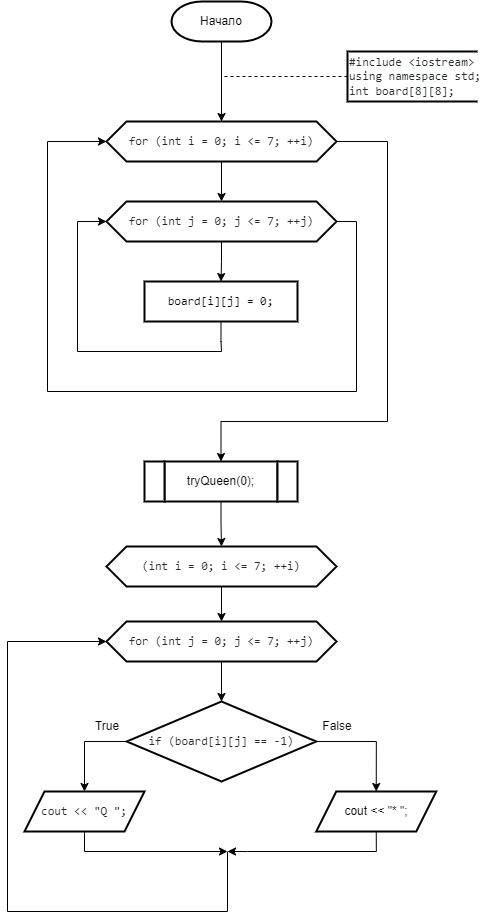
This is 2 Семестр/Labs/1 Лаба(8 ферзей)/8 ферзей.png from IlyaFedoseev227/LABS-PNRPU-IVT-22-1b, a draw.io export, as it was before one commit. Source tidied: cells renumbered, new cells last; positions are measured from the earlier drawing's top-left corner, leaving out a move shared by most shapes.
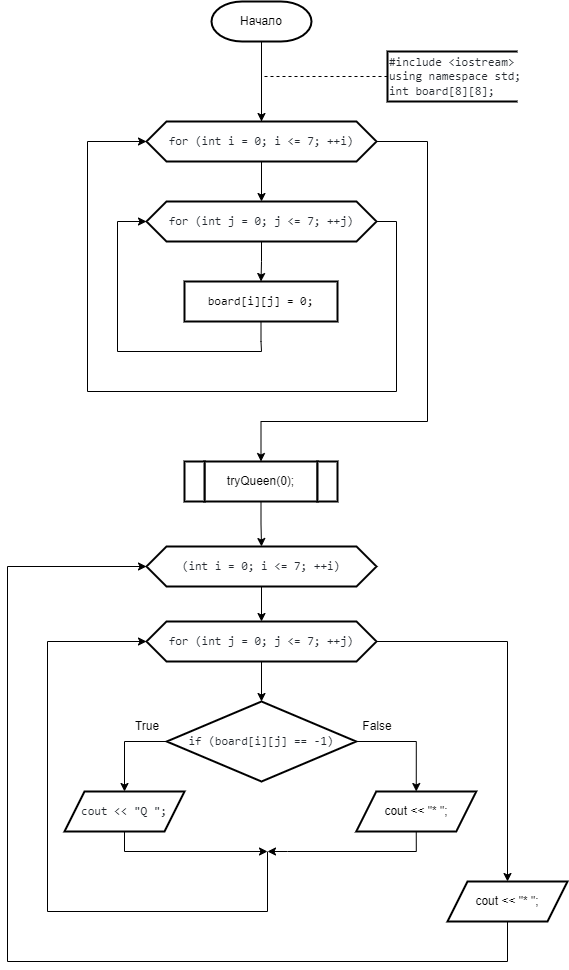
Above is the later version.

The edit, as a diff of the source:
```diff
@@ -79,6 +79,9 @@
     <mxCell id="20" style="edgeStyle=orthogonalEdgeStyle;rounded=0;jettySize=auto;html=1;exitX=0.5;exitY=1;exitDx=0;exitDy=0;entryX=0.5;entryY=0;entryDx=0;entryDy=0;" parent="1" edge="1" source="21" target="25">
       <mxGeometry relative="1" as="geometry" />
     </mxCell>
+    <mxCell id="32" style="edgeStyle=orthogonalEdgeStyle;rounded=0;jettySize=auto;html=1;exitX=1;exitY=0.5;exitDx=0;exitDy=0;entryX=0.5;entryY=0;entryDx=0;entryDy=0;" parent="1" edge="1" source="21" target="34">
+      <mxGeometry relative="1" as="geometry" />
+    </mxCell>
     <mxCell id="21" value="&lt;div style=&quot;text-align: start;&quot;&gt;&lt;font face=&quot;ui-monospace, SFMono-Regular, SF Mono, Menlo, Consolas, Liberation Mono, monospace&quot; color=&quot;#24292f&quot;&gt;for (int j = 0; j &amp;lt;= 7; ++j)&lt;/font&gt;&lt;br&gt;&lt;/div&gt;" style="shape=hexagon;perimeter=hexagonPerimeter2;whiteSpace=wrap;html=1;fixedSize=1;strokeWidth=2;" parent="1" vertex="1">
       <mxGeometry x="99" y="620" width="230" height="40" as="geometry" />
     </mxCell>
@@ -130,5 +133,17 @@
     <mxCell id="31" value="cout &lt;&lt; &quot;* &quot;;" style="shape=parallelogram;perimeter=parallelogramPerimeter;whiteSpace=wrap;html=1;fixedSize=1;strokeWidth=2;size=20;" parent="1" vertex="1">
       <mxGeometry x="308.8" y="790" width="120" height="40" as="geometry" />
     </mxCell>
+    <mxCell id="33" style="edgeStyle=orthogonalEdgeStyle;rounded=0;jettySize=auto;html=1;exitX=0.5;exitY=1;exitDx=0;exitDy=0;entryX=0;entryY=0.5;entryDx=0;entryDy=0;" parent="1" edge="1" source="34" target="19">
+      <mxGeometry relative="1" as="geometry">
+        <Array as="points">
+          <mxPoint x="460" y="960" />
+          <mxPoint x="-40" y="960" />
+          <mxPoint x="-40" y="565" />
+        </Array>
+      </mxGeometry>
+    </mxCell>
+    <mxCell id="34" value="cout &lt;&lt; &quot;* &quot;;" style="shape=parallelogram;perimeter=parallelogramPerimeter;whiteSpace=wrap;html=1;fixedSize=1;strokeWidth=2;size=20;" parent="1" vertex="1">
+      <mxGeometry x="400" y="880" width="120" height="40" as="geometry" />
+    </mxCell>
   </root>
 </mxGraphModel>
```
